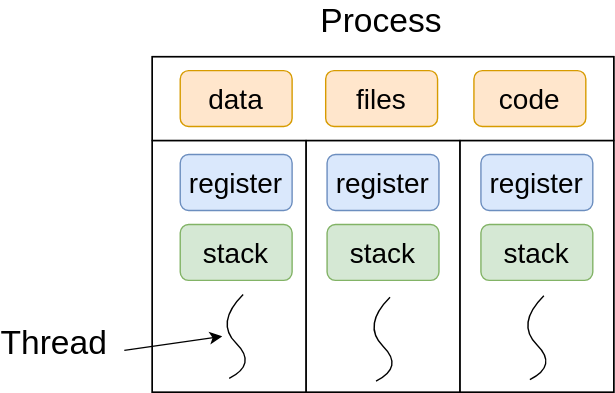
This is img/ch-intro/process-thread.svg from godaai/scale-py-zh, a draw.io export, as it was before one commit. Source tidied: cells renumbered, new cells last; positions are measured from the earlier drawing's top-left corner, leaving out a move shared by most shapes. The source it was exported from:
```xml
<mxGraphModel>
  <root>
    <mxCell id="0" />
    <mxCell id="1" parent="0" />
    <mxCell id="2" style="rounded=0;whiteSpace=wrap;html=1;fontSize=18;fillColor=none;" parent="1" vertex="1">
      <mxGeometry x="320" y="100" width="110" height="180" as="geometry" />
    </mxCell>
    <mxCell id="3" style="rounded=0;whiteSpace=wrap;html=1;fontSize=18;fillColor=none;" parent="1" vertex="1">
      <mxGeometry x="100" y="100" width="110" height="180" as="geometry" />
    </mxCell>
    <mxCell id="4" style="rounded=0;whiteSpace=wrap;html=1;fillColor=none;" parent="1" vertex="1">
      <mxGeometry x="100" y="40" width="330" height="240" as="geometry" />
    </mxCell>
    <mxCell id="5" style="rounded=0;whiteSpace=wrap;html=1;fillColor=none;" parent="1" vertex="1">
      <mxGeometry x="100" y="40" width="330" height="60" as="geometry" />
    </mxCell>
    <mxCell id="6" value="data" style="rounded=1;whiteSpace=wrap;html=1;fillColor=#ffe6cc;strokeColor=#d79b00;fontSize=20;" parent="1" vertex="1">
      <mxGeometry x="120" y="50" width="80" height="40" as="geometry" />
    </mxCell>
    <mxCell id="7" value="files" style="rounded=1;whiteSpace=wrap;html=1;fillColor=#ffe6cc;strokeColor=#d79b00;fontSize=20;" parent="1" vertex="1">
      <mxGeometry x="224" y="50" width="80" height="40" as="geometry" />
    </mxCell>
    <mxCell id="8" style="curved=1;endArrow=none;html=1;rounded=0;fontSize=18;endFill=0;" parent="1" edge="1">
      <mxGeometry x="0.7" y="-14" relative="1" as="geometry">
        <mxPoint x="155" y="270" as="sourcePoint" />
        <mxPoint x="165" y="210" as="targetPoint" />
        <Array as="points">
          <mxPoint x="175" y="260" />
          <mxPoint x="145" y="230" />
        </Array>
      </mxGeometry>
    </mxCell>
    <mxCell id="9" value="code" style="rounded=1;whiteSpace=wrap;html=1;fillColor=#ffe6cc;strokeColor=#d79b00;fontSize=20;" parent="1" vertex="1">
      <mxGeometry x="330" y="50" width="80" height="40" as="geometry" />
    </mxCell>
    <mxCell id="10" style="rounded=0;whiteSpace=wrap;html=1;fontSize=18;fillColor=none;" parent="1" vertex="1">
      <mxGeometry x="210" y="100" width="110" height="180" as="geometry" />
    </mxCell>
    <mxCell id="11" style="curved=1;endArrow=none;html=1;rounded=0;fontSize=18;endFill=0;" parent="1" edge="1">
      <mxGeometry x="0.59" y="-6" relative="1" as="geometry">
        <mxPoint x="260" y="272" as="sourcePoint" />
        <mxPoint x="270" y="212" as="targetPoint" />
        <Array as="points">
          <mxPoint x="280" y="262" />
          <mxPoint x="250" y="232" />
        </Array>
      </mxGeometry>
    </mxCell>
    <mxCell id="12" style="curved=1;endArrow=none;html=1;rounded=0;fontSize=18;endFill=0;" parent="1" edge="1">
      <mxGeometry x="0.77" y="-18" relative="1" as="geometry">
        <mxPoint x="370" y="271" as="sourcePoint" />
        <mxPoint x="380" y="211" as="targetPoint" />
        <Array as="points">
          <mxPoint x="390" y="261" />
          <mxPoint x="360" y="231" />
        </Array>
      </mxGeometry>
    </mxCell>
    <mxCell id="13" value="register" style="rounded=1;whiteSpace=wrap;html=1;fontSize=20;fillColor=#dae8fc;strokeColor=#6c8ebf;" parent="1" vertex="1">
      <mxGeometry x="120" y="110" width="80" height="40" as="geometry" />
    </mxCell>
    <mxCell id="14" value="register" style="rounded=1;whiteSpace=wrap;html=1;fontSize=20;fillColor=#dae8fc;strokeColor=#6c8ebf;" parent="1" vertex="1">
      <mxGeometry x="225" y="110" width="80" height="40" as="geometry" />
    </mxCell>
    <mxCell id="15" value="register" style="rounded=1;whiteSpace=wrap;html=1;fontSize=20;fillColor=#dae8fc;strokeColor=#6c8ebf;" parent="1" vertex="1">
      <mxGeometry x="335" y="110" width="80" height="40" as="geometry" />
    </mxCell>
    <mxCell id="16" value="stack" style="rounded=1;whiteSpace=wrap;html=1;fontSize=20;fillColor=#d5e8d4;strokeColor=#82b366;" parent="1" vertex="1">
      <mxGeometry x="120" y="160" width="80" height="40" as="geometry" />
    </mxCell>
    <mxCell id="17" value="stack" style="rounded=1;whiteSpace=wrap;html=1;fontSize=20;fillColor=#d5e8d4;strokeColor=#82b366;" parent="1" vertex="1">
      <mxGeometry x="225" y="160" width="80" height="40" as="geometry" />
    </mxCell>
    <mxCell id="18" value="stack" style="rounded=1;whiteSpace=wrap;html=1;fontSize=20;fillColor=#d5e8d4;strokeColor=#82b366;" parent="1" vertex="1">
      <mxGeometry x="335" y="160" width="80" height="40" as="geometry" />
    </mxCell>
    <mxCell id="19" style="endArrow=classic;html=1;rounded=0;fontSize=18;" parent="1" edge="1">
      <mxGeometry relative="1" as="geometry">
        <mxPoint x="80" y="250" as="sourcePoint" />
        <mxPoint x="150" y="240" as="targetPoint" />
      </mxGeometry>
    </mxCell>
    <mxCell id="20" value="Thread" style="text;html=1;strokeColor=none;fillColor=none;align=center;verticalAlign=middle;whiteSpace=wrap;rounded=0;fontSize=24;" parent="1" vertex="1">
      <mxGeometry y="230" width="60" height="30" as="geometry" />
    </mxCell>
    <mxCell id="21" value="Process" style="text;html=1;strokeColor=none;fillColor=none;align=center;verticalAlign=middle;whiteSpace=wrap;rounded=0;fontSize=24;" parent="1" vertex="1">
      <mxGeometry x="234" width="60" height="30" as="geometry" />
    </mxCell>
  </root>
</mxGraphModel>
```
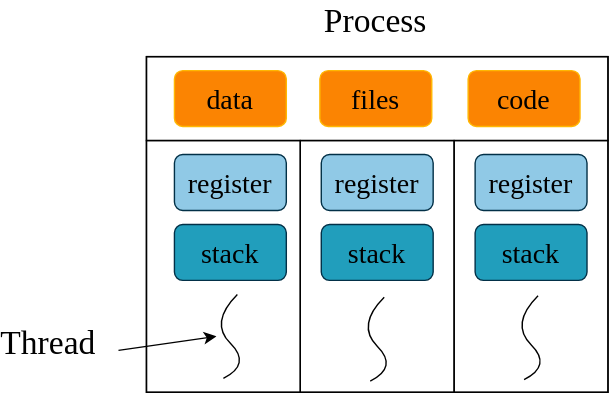
After the commit.

The edit, as a diff of the source:
```diff
@@ -2,25 +2,25 @@
   <root>
     <mxCell id="0" />
     <mxCell id="1" parent="0" />
-    <mxCell id="2" style="rounded=0;whiteSpace=wrap;html=1;fontSize=18;fillColor=none;" parent="1" vertex="1">
+    <mxCell id="2" style="rounded=0;whiteSpace=wrap;html=1;fontSize=18;fillColor=none;fontFamily=Times New Roman;" parent="1" vertex="1">
       <mxGeometry x="320" y="100" width="110" height="180" as="geometry" />
     </mxCell>
-    <mxCell id="3" style="rounded=0;whiteSpace=wrap;html=1;fontSize=18;fillColor=none;" parent="1" vertex="1">
+    <mxCell id="3" style="rounded=0;whiteSpace=wrap;html=1;fontSize=18;fillColor=none;fontFamily=Times New Roman;" parent="1" vertex="1">
       <mxGeometry x="100" y="100" width="110" height="180" as="geometry" />
     </mxCell>
-    <mxCell id="4" style="rounded=0;whiteSpace=wrap;html=1;fillColor=none;" parent="1" vertex="1">
+    <mxCell id="4" style="rounded=0;whiteSpace=wrap;html=1;fillColor=none;fontFamily=Times New Roman;" parent="1" vertex="1">
       <mxGeometry x="100" y="40" width="330" height="240" as="geometry" />
     </mxCell>
-    <mxCell id="5" style="rounded=0;whiteSpace=wrap;html=1;fillColor=none;" parent="1" vertex="1">
+    <mxCell id="5" style="rounded=0;whiteSpace=wrap;html=1;fillColor=none;fontFamily=Times New Roman;" parent="1" vertex="1">
       <mxGeometry x="100" y="40" width="330" height="60" as="geometry" />
     </mxCell>
-    <mxCell id="6" value="data" style="rounded=1;whiteSpace=wrap;html=1;fillColor=#ffe6cc;strokeColor=#d79b00;fontSize=20;" parent="1" vertex="1">
+    <mxCell id="6" value="data" style="rounded=1;whiteSpace=wrap;html=1;fillColor=#FB8402;strokeColor=#FFB703;fontSize=20;fontFamily=Times New Roman;" parent="1" vertex="1">
       <mxGeometry x="120" y="50" width="80" height="40" as="geometry" />
     </mxCell>
-    <mxCell id="7" value="files" style="rounded=1;whiteSpace=wrap;html=1;fillColor=#ffe6cc;strokeColor=#d79b00;fontSize=20;" parent="1" vertex="1">
+    <mxCell id="7" value="files" style="rounded=1;whiteSpace=wrap;html=1;fillColor=#FB8402;strokeColor=#FFB703;fontSize=20;fontFamily=Times New Roman;" parent="1" vertex="1">
       <mxGeometry x="224" y="50" width="80" height="40" as="geometry" />
     </mxCell>
-    <mxCell id="8" style="curved=1;endArrow=none;html=1;rounded=0;fontSize=18;endFill=0;" parent="1" edge="1">
+    <mxCell id="8" style="curved=1;endArrow=none;html=1;rounded=0;fontSize=18;endFill=0;fontFamily=Times New Roman;" parent="1" edge="1">
       <mxGeometry x="0.7" y="-14" relative="1" as="geometry">
         <mxPoint x="155" y="270" as="sourcePoint" />
         <mxPoint x="165" y="210" as="targetPoint" />
@@ -30,13 +30,13 @@
         </Array>
       </mxGeometry>
     </mxCell>
-    <mxCell id="9" value="code" style="rounded=1;whiteSpace=wrap;html=1;fillColor=#ffe6cc;strokeColor=#d79b00;fontSize=20;" parent="1" vertex="1">
+    <mxCell id="9" value="code" style="rounded=1;whiteSpace=wrap;html=1;fillColor=#FB8402;strokeColor=#FFB703;fontSize=20;fontFamily=Times New Roman;" parent="1" vertex="1">
       <mxGeometry x="330" y="50" width="80" height="40" as="geometry" />
     </mxCell>
-    <mxCell id="10" style="rounded=0;whiteSpace=wrap;html=1;fontSize=18;fillColor=none;" parent="1" vertex="1">
+    <mxCell id="10" style="rounded=0;whiteSpace=wrap;html=1;fontSize=18;fillColor=none;fontFamily=Times New Roman;" parent="1" vertex="1">
       <mxGeometry x="210" y="100" width="110" height="180" as="geometry" />
     </mxCell>
-    <mxCell id="11" style="curved=1;endArrow=none;html=1;rounded=0;fontSize=18;endFill=0;" parent="1" edge="1">
+    <mxCell id="11" style="curved=1;endArrow=none;html=1;rounded=0;fontSize=18;endFill=0;fontFamily=Times New Roman;" parent="1" edge="1">
       <mxGeometry x="0.59" y="-6" relative="1" as="geometry">
         <mxPoint x="260" y="272" as="sourcePoint" />
         <mxPoint x="270" y="212" as="targetPoint" />
@@ -46,7 +46,7 @@
         </Array>
       </mxGeometry>
     </mxCell>
-    <mxCell id="12" style="curved=1;endArrow=none;html=1;rounded=0;fontSize=18;endFill=0;" parent="1" edge="1">
+    <mxCell id="12" style="curved=1;endArrow=none;html=1;rounded=0;fontSize=18;endFill=0;fontFamily=Times New Roman;" parent="1" edge="1">
       <mxGeometry x="0.77" y="-18" relative="1" as="geometry">
         <mxPoint x="370" y="271" as="sourcePoint" />
         <mxPoint x="380" y="211" as="targetPoint" />
@@ -56,34 +56,34 @@
         </Array>
       </mxGeometry>
     </mxCell>
-    <mxCell id="13" value="register" style="rounded=1;whiteSpace=wrap;html=1;fontSize=20;fillColor=#dae8fc;strokeColor=#6c8ebf;" parent="1" vertex="1">
+    <mxCell id="13" value="register" style="rounded=1;whiteSpace=wrap;html=1;fontSize=20;fillColor=#90C9E6;strokeColor=#023047;fontFamily=Times New Roman;" parent="1" vertex="1">
       <mxGeometry x="120" y="110" width="80" height="40" as="geometry" />
     </mxCell>
-    <mxCell id="14" value="register" style="rounded=1;whiteSpace=wrap;html=1;fontSize=20;fillColor=#dae8fc;strokeColor=#6c8ebf;" parent="1" vertex="1">
+    <mxCell id="14" value="register" style="rounded=1;whiteSpace=wrap;html=1;fontSize=20;fillColor=#90C9E6;strokeColor=#023047;fontFamily=Times New Roman;" parent="1" vertex="1">
       <mxGeometry x="225" y="110" width="80" height="40" as="geometry" />
     </mxCell>
-    <mxCell id="15" value="register" style="rounded=1;whiteSpace=wrap;html=1;fontSize=20;fillColor=#dae8fc;strokeColor=#6c8ebf;" parent="1" vertex="1">
+    <mxCell id="15" value="register" style="rounded=1;whiteSpace=wrap;html=1;fontSize=20;fillColor=#90C9E6;strokeColor=#023047;fontFamily=Times New Roman;" parent="1" vertex="1">
       <mxGeometry x="335" y="110" width="80" height="40" as="geometry" />
     </mxCell>
-    <mxCell id="16" value="stack" style="rounded=1;whiteSpace=wrap;html=1;fontSize=20;fillColor=#d5e8d4;strokeColor=#82b366;" parent="1" vertex="1">
+    <mxCell id="16" value="stack" style="rounded=1;whiteSpace=wrap;html=1;fontSize=20;fillColor=#219EBC;strokeColor=#023047;fontFamily=Times New Roman;" parent="1" vertex="1">
       <mxGeometry x="120" y="160" width="80" height="40" as="geometry" />
     </mxCell>
-    <mxCell id="17" value="stack" style="rounded=1;whiteSpace=wrap;html=1;fontSize=20;fillColor=#d5e8d4;strokeColor=#82b366;" parent="1" vertex="1">
+    <mxCell id="17" value="stack" style="rounded=1;whiteSpace=wrap;html=1;fontSize=20;fillColor=#219EBC;strokeColor=#023047;fontFamily=Times New Roman;" parent="1" vertex="1">
       <mxGeometry x="225" y="160" width="80" height="40" as="geometry" />
     </mxCell>
-    <mxCell id="18" value="stack" style="rounded=1;whiteSpace=wrap;html=1;fontSize=20;fillColor=#d5e8d4;strokeColor=#82b366;" parent="1" vertex="1">
+    <mxCell id="18" value="stack" style="rounded=1;whiteSpace=wrap;html=1;fontSize=20;fillColor=#219EBC;strokeColor=#023047;fontFamily=Times New Roman;" parent="1" vertex="1">
       <mxGeometry x="335" y="160" width="80" height="40" as="geometry" />
     </mxCell>
-    <mxCell id="19" style="endArrow=classic;html=1;rounded=0;fontSize=18;" parent="1" edge="1">
+    <mxCell id="19" style="endArrow=classic;html=1;rounded=0;fontSize=18;fontFamily=Times New Roman;" parent="1" edge="1">
       <mxGeometry relative="1" as="geometry">
         <mxPoint x="80" y="250" as="sourcePoint" />
         <mxPoint x="150" y="240" as="targetPoint" />
       </mxGeometry>
     </mxCell>
-    <mxCell id="20" value="Thread" style="text;html=1;strokeColor=none;fillColor=none;align=center;verticalAlign=middle;whiteSpace=wrap;rounded=0;fontSize=24;" parent="1" vertex="1">
+    <mxCell id="20" value="Thread" style="text;html=1;strokeColor=none;fillColor=none;align=center;verticalAlign=middle;whiteSpace=wrap;rounded=0;fontSize=24;fontFamily=Times New Roman;" parent="1" vertex="1">
       <mxGeometry y="230" width="60" height="30" as="geometry" />
     </mxCell>
-    <mxCell id="21" value="Process" style="text;html=1;strokeColor=none;fillColor=none;align=center;verticalAlign=middle;whiteSpace=wrap;rounded=0;fontSize=24;" parent="1" vertex="1">
+    <mxCell id="21" value="Process" style="text;html=1;strokeColor=none;fillColor=none;align=center;verticalAlign=middle;whiteSpace=wrap;rounded=0;fontSize=24;fontFamily=Times New Roman;" parent="1" vertex="1">
       <mxGeometry x="234" width="60" height="30" as="geometry" />
     </mxCell>
   </root>
```
